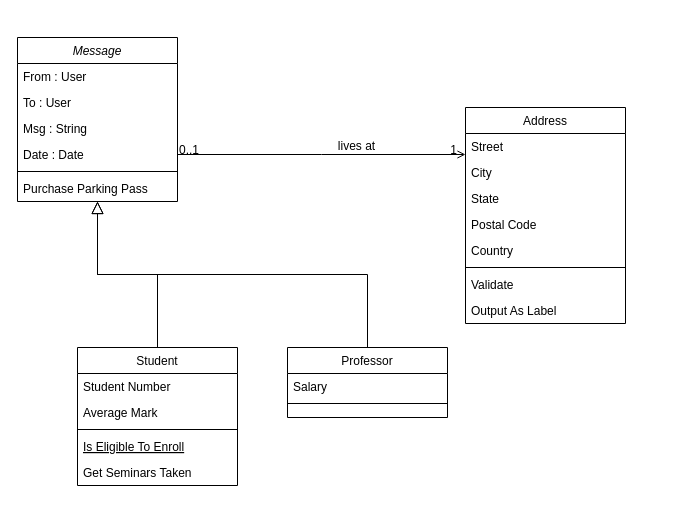
The draw.io diagram ressources/Design UML/Untitled Diagram.drawio in martemr/Project_chat_system, before the edit. Source tidied: cells renumbered, new cells numbered last; positions are measured from the earlier drawing's top-left corner, leaving out a move shared by most shapes. Both pictures are drawn from the tidied source at 100%, with x=0, y=0 at pixel (17, 37).
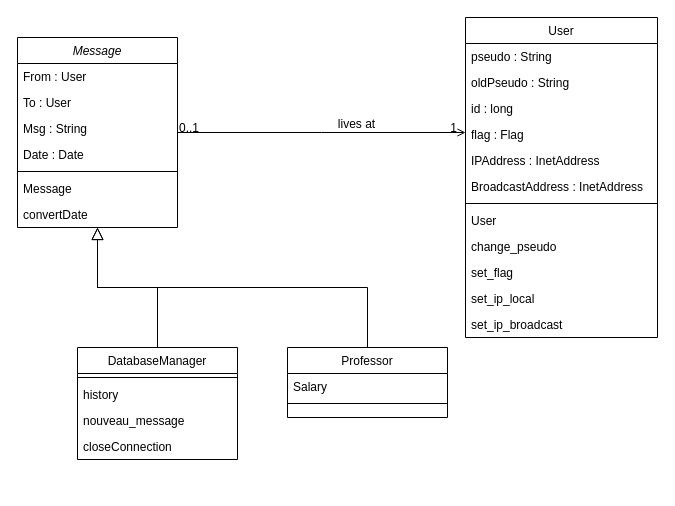
Above is the later version.

The edit, as a diff of the source:
```diff
@@
     <mxCell id="2" value="Message" style="swimlane;fontStyle=2;align=center;verticalAlign=top;horizontal=1;startSize=26;rounded=0;shadow=0;strokeWidth=1;" parent="1" vertex="1">
-      <mxGeometry width="160" height="164" as="geometry" />
+      <mxGeometry width="160" height="190" as="geometry" />
     </mxCell>
@@
-    <mxCell id="8" value="Purchase Parking Pass" style="text;align=left;verticalAlign=top;spacingLeft=4;spacingRight=4;overflow=hidden;" parent="2" vertex="1">
+    <mxCell id="8" value="Message" style="text;align=left;verticalAlign=top;spacingLeft=4;spacingRight=4;overflow=hidden;" parent="2" vertex="1">
       <mxGeometry y="138" width="160" height="26" as="geometry" />
     </mxCell>
+    <mxCell id="33" value="convertDate" style="text;align=left;verticalAlign=top;spacingLeft=4;spacingRight=4;overflow=hidden;" parent="2" vertex="1">
+      <mxGeometry y="164" width="160" height="26" as="geometry" />
+    </mxCell>
-    <mxCell id="9" value="Student" style="swimlane;fontStyle=0;align=center;verticalAlign=top;horizontal=1;startSize=26;rounded=0;shadow=0;strokeWidth=1;" parent="1" vertex="1">
-      <mxGeometry x="60" y="310" width="160" height="138" as="geometry" />
+    <mxCell id="9" value="DatabaseManager" style="swimlane;fontStyle=0;align=center;verticalAlign=top;horizontal=1;startSize=26;rounded=0;shadow=0;strokeWidth=1;" parent="1" vertex="1">
+      <mxGeometry x="60" y="310" width="160" height="112" as="geometry" />
     </mxCell>
-    <mxCell id="10" value="Student Number" style="text;align=left;verticalAlign=top;spacingLeft=4;spacingRight=4;overflow=hidden;" parent="9" vertex="1">
-      <mxGeometry y="26" width="160" height="26" as="geometry" />
-    </mxCell>
-    <mxCell id="11" value="Average Mark" style="text;align=left;verticalAlign=top;spacingLeft=4;spacingRight=4;overflow=hidden;rounded=0;shadow=0;html=0;" parent="9" vertex="1">
-      <mxGeometry y="52" width="160" height="26" as="geometry" />
-    </mxCell>
     <mxCell id="12" style="line;html=1;strokeWidth=1;align=left;verticalAlign=middle;spacingTop=-1;spacingLeft=3;spacingRight=3;labelPosition=right;" parent="9" vertex="1">
-      <mxGeometry y="78" width="160" height="8" as="geometry" />
+      <mxGeometry y="26" width="160" height="8" as="geometry" />
     </mxCell>
-    <mxCell id="13" value="Is Eligible To Enroll" style="text;align=left;verticalAlign=top;spacingLeft=4;spacingRight=4;overflow=hidden;fontStyle=4;" parent="9" vertex="1">
-      <mxGeometry y="86" width="160" height="26" as="geometry" />
+    <mxCell id="13" value="history" style="text;align=left;verticalAlign=top;spacingLeft=4;spacingRight=4;overflow=hidden;fontStyle=0;" parent="9" vertex="1">
+      <mxGeometry y="34" width="160" height="26" as="geometry" />
     </mxCell>
-    <mxCell id="14" value="Get Seminars Taken" style="text;align=left;verticalAlign=top;spacingLeft=4;spacingRight=4;overflow=hidden;" parent="9" vertex="1">
-      <mxGeometry y="112" width="160" height="26" as="geometry" />
+    <mxCell id="14" value="nouveau_message" style="text;align=left;verticalAlign=top;spacingLeft=4;spacingRight=4;overflow=hidden;" parent="9" vertex="1">
+      <mxGeometry y="60" width="160" height="26" as="geometry" />
     </mxCell>
+    <mxCell id="34" value="closeConnection" style="text;align=left;verticalAlign=top;spacingLeft=4;spacingRight=4;overflow=hidden;" parent="9" vertex="1">
+      <mxGeometry y="86" width="160" height="26" as="geometry" />
+    </mxCell>
@@
-    <mxCell id="20" value="Address" style="swimlane;fontStyle=0;align=center;verticalAlign=top;horizontal=1;startSize=26;rounded=0;shadow=0;strokeWidth=1;" parent="1" vertex="1">
-      <mxGeometry x="448" y="70" width="160" height="216" as="geometry" />
+    <mxCell id="20" value="User" style="swimlane;fontStyle=0;align=center;verticalAlign=top;horizontal=1;startSize=26;rounded=0;shadow=0;strokeWidth=1;" parent="1" vertex="1">
+      <mxGeometry x="448" y="-20" width="192" height="320" as="geometry" />
     </mxCell>
-    <mxCell id="21" value="Street" style="text;align=left;verticalAlign=top;spacingLeft=4;spacingRight=4;overflow=hidden;" parent="20" vertex="1">
-      <mxGeometry y="26" width="160" height="26" as="geometry" />
+    <mxCell id="21" value="pseudo : String" style="text;align=left;verticalAlign=top;spacingLeft=4;spacingRight=4;overflow=hidden;" parent="20" vertex="1">
+      <mxGeometry y="26" width="192" height="26" as="geometry" />
     </mxCell>
+    <mxCell id="35" value="oldPseudo : String" style="text;align=left;verticalAlign=top;spacingLeft=4;spacingRight=4;overflow=hidden;" parent="20" vertex="1">
+      <mxGeometry y="52" width="192" height="26" as="geometry" />
+    </mxCell>
-    <mxCell id="22" value="City" style="text;align=left;verticalAlign=top;spacingLeft=4;spacingRight=4;overflow=hidden;rounded=0;shadow=0;html=0;" parent="20" vertex="1">
-      <mxGeometry y="52" width="160" height="26" as="geometry" />
+    <mxCell id="22" value="id : long" style="text;align=left;verticalAlign=top;spacingLeft=4;spacingRight=4;overflow=hidden;rounded=0;shadow=0;html=0;" parent="20" vertex="1">
+      <mxGeometry y="78" width="192" height="26" as="geometry" />
     </mxCell>
-    <mxCell id="23" value="State" style="text;align=left;verticalAlign=top;spacingLeft=4;spacingRight=4;overflow=hidden;rounded=0;shadow=0;html=0;" parent="20" vertex="1">
-      <mxGeometry y="78" width="160" height="26" as="geometry" />
+    <mxCell id="23" value="flag : Flag" style="text;align=left;verticalAlign=top;spacingLeft=4;spacingRight=4;overflow=hidden;rounded=0;shadow=0;html=0;" parent="20" vertex="1">
+      <mxGeometry y="104" width="192" height="26" as="geometry" />
     </mxCell>
-    <mxCell id="24" value="Postal Code" style="text;align=left;verticalAlign=top;spacingLeft=4;spacingRight=4;overflow=hidden;rounded=0;shadow=0;html=0;" parent="20" vertex="1">
-      <mxGeometry y="104" width="160" height="26" as="geometry" />
+    <mxCell id="24" value="IPAddress : InetAddress" style="text;align=left;verticalAlign=top;spacingLeft=4;spacingRight=4;overflow=hidden;rounded=0;shadow=0;html=0;" parent="20" vertex="1">
+      <mxGeometry y="130" width="192" height="26" as="geometry" />
     </mxCell>
-    <mxCell id="25" value="Country" style="text;align=left;verticalAlign=top;spacingLeft=4;spacingRight=4;overflow=hidden;rounded=0;shadow=0;html=0;" parent="20" vertex="1">
-      <mxGeometry y="130" width="160" height="26" as="geometry" />
-    </mxCell>
+    <mxCell id="36" value="BroadcastAddress : InetAddress" style="text;align=left;verticalAlign=top;spacingLeft=4;spacingRight=4;overflow=hidden;rounded=0;shadow=0;html=0;" parent="20" vertex="1">
+      <mxGeometry y="156" width="192" height="26" as="geometry" />
+    </mxCell>
     <mxCell id="26" style="line;html=1;strokeWidth=1;align=left;verticalAlign=middle;spacingTop=-1;spacingLeft=3;spacingRight=3;labelPosition=right;" parent="20" vertex="1">
-      <mxGeometry y="156" width="160" height="8" as="geometry" />
+      <mxGeometry y="182" width="192" height="8" as="geometry" />
     </mxCell>
-    <mxCell id="27" value="Validate" style="text;align=left;verticalAlign=top;spacingLeft=4;spacingRight=4;overflow=hidden;" parent="20" vertex="1">
-      <mxGeometry y="164" width="160" height="26" as="geometry" />
+    <mxCell id="27" value="User " style="text;align=left;verticalAlign=top;spacingLeft=4;spacingRight=4;overflow=hidden;" parent="20" vertex="1">
+      <mxGeometry y="190" width="192" height="26" as="geometry" />
     </mxCell>
-    <mxCell id="28" value="Output As Label" style="text;align=left;verticalAlign=top;spacingLeft=4;spacingRight=4;overflow=hidden;" parent="20" vertex="1">
-      <mxGeometry y="190" width="160" height="26" as="geometry" />
+    <mxCell id="28" value="change_pseudo" style="text;align=left;verticalAlign=top;spacingLeft=4;spacingRight=4;overflow=hidden;" parent="20" vertex="1">
+      <mxGeometry y="216" width="192" height="26" as="geometry" />
     </mxCell>
+    <mxCell id="37" value="set_flag" style="text;align=left;verticalAlign=top;spacingLeft=4;spacingRight=4;overflow=hidden;" parent="20" vertex="1">
+      <mxGeometry y="242" width="192" height="26" as="geometry" />
+    </mxCell>
+    <mxCell id="38" value="set_ip_local" style="text;align=left;verticalAlign=top;spacingLeft=4;spacingRight=4;overflow=hidden;" parent="20" vertex="1">
+      <mxGeometry y="268" width="192" height="26" as="geometry" />
+    </mxCell>
+    <mxCell id="39" value="set_ip_broadcast" style="text;align=left;verticalAlign=top;spacingLeft=4;spacingRight=4;overflow=hidden;" parent="20" vertex="1">
+      <mxGeometry y="294" width="192" height="26" as="geometry" />
+    </mxCell>
```
